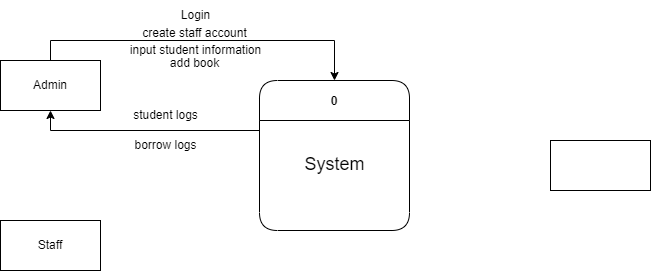
This is context.drawio.png from Jayrou12345/Flowchart, a draw.io export, as it was before one commit. Source tidied: cells renumbered, new cells last; positions are measured from the earlier drawing's top-left corner, leaving out a move shared by most shapes. Its diagram source:
```xml
<mxGraphModel>
  <root>
    <mxCell id="0" />
    <mxCell id="1" parent="0" />
    <mxCell id="2" style="edgeStyle=orthogonalEdgeStyle;rounded=0;jettySize=auto;html=1;exitX=0;exitY=0.25;exitDx=0;exitDy=0;entryX=0.5;entryY=1;entryDx=0;entryDy=0;" parent="1" edge="1" source="3" target="6">
      <mxGeometry relative="1" as="geometry">
        <Array as="points">
          <mxPoint x="259" y="130" />
          <mxPoint x="50" y="130" />
        </Array>
      </mxGeometry>
    </mxCell>
    <mxCell id="3" value="0" style="swimlane;rounded=1;startSize=40;" parent="1" vertex="1">
      <mxGeometry x="259" y="80" width="150" height="150" as="geometry" />
    </mxCell>
    <mxCell id="4" value="&lt;p style=&quot;line-height: 110%;&quot;&gt;&lt;font style=&quot;font-size: 18px;&quot;&gt;System&lt;/font&gt;&lt;/p&gt;" style="text;html=1;align=center;verticalAlign=middle;strokeColor=none;fillColor=none;" parent="3" vertex="1">
      <mxGeometry x="35" y="60" width="80" height="50" as="geometry" />
    </mxCell>
    <mxCell id="5" style="edgeStyle=orthogonalEdgeStyle;rounded=0;jettySize=auto;html=1;exitX=0.5;exitY=0;exitDx=0;exitDy=0;entryX=0.5;entryY=0;entryDx=0;entryDy=0;" parent="1" edge="1" source="6" target="3">
      <mxGeometry relative="1" as="geometry" />
    </mxCell>
    <mxCell id="6" value="Admin" style="html=1;dashed=0;whiteSpace=wrap;" parent="1" vertex="1">
      <mxGeometry y="60" width="100" height="50" as="geometry" />
    </mxCell>
    <mxCell id="7" value="Staff" style="html=1;dashed=0;whiteSpace=wrap;" parent="1" vertex="1">
      <mxGeometry y="220" width="100" height="50" as="geometry" />
    </mxCell>
    <mxCell id="8" style="html=1;dashed=0;whiteSpace=wrap;" parent="1" vertex="1">
      <mxGeometry x="550" y="140" width="100" height="50" as="geometry" />
    </mxCell>
    <mxCell id="9" value="create staff account" style="text;html=1;align=center;verticalAlign=middle;strokeColor=none;fillColor=none;" parent="1" vertex="1">
      <mxGeometry x="129" y="18" width="130" height="30" as="geometry" />
    </mxCell>
    <mxCell id="10" value="Login" style="text;html=1;align=center;verticalAlign=middle;strokeColor=none;fillColor=none;" parent="1" vertex="1">
      <mxGeometry x="170" width="50" height="30" as="geometry" />
    </mxCell>
    <mxCell id="11" value="input student information" style="text;html=1;align=center;verticalAlign=middle;strokeColor=none;fillColor=none;" parent="1" vertex="1">
      <mxGeometry x="120" y="35" width="150" height="30" as="geometry" />
    </mxCell>
    <mxCell id="12" value="add book" style="text;html=1;align=center;verticalAlign=middle;strokeColor=none;fillColor=none;" parent="1" vertex="1">
      <mxGeometry x="159" y="48" width="70" height="30" as="geometry" />
    </mxCell>
    <mxCell id="13" value="student logs" style="text;html=1;align=center;verticalAlign=middle;strokeColor=none;fillColor=none;" parent="1" vertex="1">
      <mxGeometry x="120" y="100" width="90" height="30" as="geometry" />
    </mxCell>
    <mxCell id="14" value="borrow logs" style="text;html=1;align=center;verticalAlign=middle;strokeColor=none;fillColor=none;" parent="1" vertex="1">
      <mxGeometry x="120" y="130" width="90" height="30" as="geometry" />
    </mxCell>
  </root>
</mxGraphModel>
```
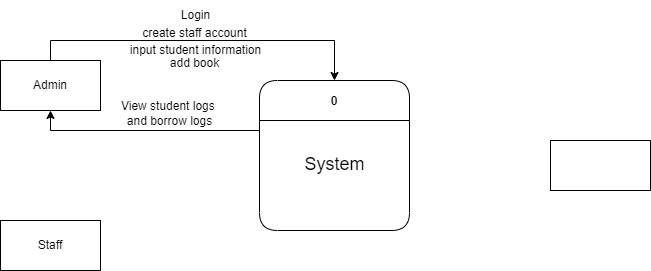
The same diagram one commit later.

Diff of the diagram source:
```diff
@@ -40,11 +40,8 @@
     <mxCell id="12" value="add book" style="text;html=1;align=center;verticalAlign=middle;strokeColor=none;fillColor=none;" parent="1" vertex="1">
       <mxGeometry x="159" y="48" width="70" height="30" as="geometry" />
     </mxCell>
-    <mxCell id="13" value="student logs" style="text;html=1;align=center;verticalAlign=middle;strokeColor=none;fillColor=none;" parent="1" vertex="1">
-      <mxGeometry x="120" y="100" width="90" height="30" as="geometry" />
-    </mxCell>
-    <mxCell id="14" value="borrow logs" style="text;html=1;align=center;verticalAlign=middle;strokeColor=none;fillColor=none;" parent="1" vertex="1">
-      <mxGeometry x="120" y="130" width="90" height="30" as="geometry" />
-    </mxCell>
+    <mxCell id="15" value="View student logs&amp;nbsp;&lt;br&gt;and borrow logs" style="text;html=1;align=center;verticalAlign=middle;strokeColor=none;fillColor=none;" parent="1" vertex="1">
+      <mxGeometry x="109" y="93" width="120" height="40" as="geometry" />
+    </mxCell>
   </root>
 </mxGraphModel>
```
